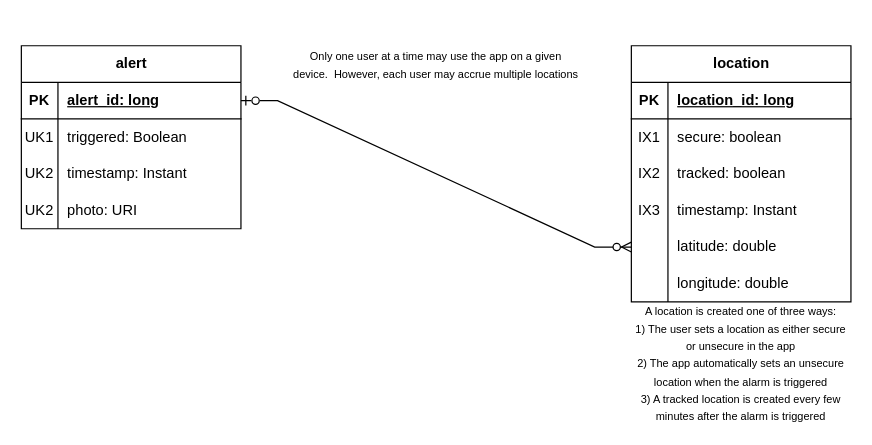
The draw.io diagram work/erd.drawio in ddc-java-17/leave-me-alone-reedsearle, before the edit. Source tidied: cells renumbered, new cells numbered last; positions are measured from the earlier drawing's top-left corner, leaving out a move shared by most shapes. Both pictures are drawn from the tidied source at 122%, with x=0, y=0 at pixel (21, 45).
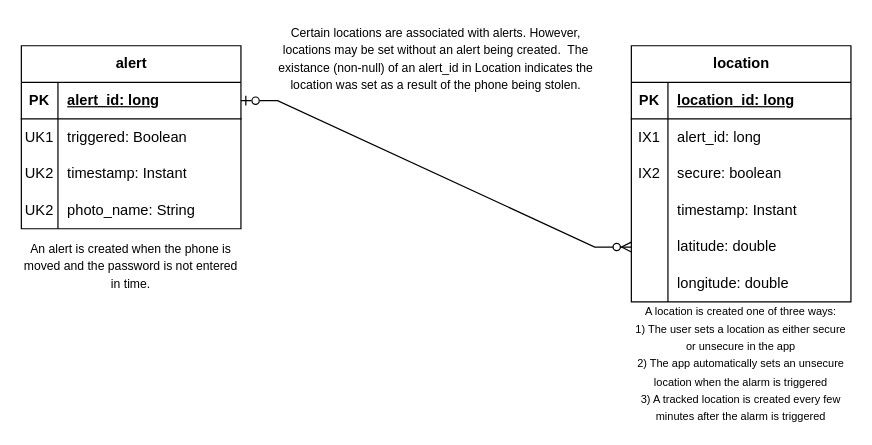
The same page after the edit.

The change refers to these unchanged cells:
```xml
<mxCell id="12" style="shape=tableRow;horizontal=0;startSize=0;swimlaneHead=0;swimlaneBody=0;fillColor=none;top=0;left=0;right=0;bottom=0;" parent="2" vertex="1">
  <mxGeometry y="120" width="180" height="30" as="geometry" />
</mxCell>
<mxCell id="19" style="shape=tableRow;horizontal=0;startSize=0;swimlaneHead=0;swimlaneBody=0;fillColor=none;top=0;left=0;right=0;bottom=0;" parent="15" vertex="1">
  <mxGeometry y="60" width="180" height="30" as="geometry" />
</mxCell>
<mxCell id="22" style="shape=tableRow;horizontal=0;startSize=0;swimlaneHead=0;swimlaneBody=0;fillColor=none;top=0;left=0;right=0;bottom=0;" parent="15" vertex="1">
  <mxGeometry y="90" width="180" height="30" as="geometry" />
</mxCell>
<mxCell id="25" style="shape=tableRow;horizontal=0;startSize=0;swimlaneHead=0;swimlaneBody=0;fillColor=none;top=0;left=0;right=0;bottom=0;" parent="15" vertex="1">
  <mxGeometry y="120" width="180" height="30" as="geometry" />
</mxCell>
```

Diff of the diagram source:
```diff
@@
-    <mxCell id="14" value="photo: URI" style="shape=partialRectangle;fillColor=none;top=0;left=0;bottom=0;right=0;align=left;spacingLeft=6;overflow=hidden;whiteSpace=wrap;html=1;" parent="12" vertex="1">
+    <mxCell id="14" value="photo_name: String" style="shape=partialRectangle;fillColor=none;top=0;left=0;bottom=0;right=0;align=left;spacingLeft=6;overflow=hidden;whiteSpace=wrap;html=1;" parent="12" vertex="1">
       <mxGeometry x="30" width="150" height="30" as="geometry" />
     </mxCell>
@@
-    <mxCell id="21" value="secure: boolean" style="shape=partialRectangle;fillColor=none;top=0;left=0;bottom=0;right=0;align=left;spacingLeft=6;overflow=hidden;whiteSpace=wrap;html=1;" parent="19" vertex="1">
+    <mxCell id="21" value="alert_id: long" style="shape=partialRectangle;fillColor=none;top=0;left=0;bottom=0;right=0;align=left;spacingLeft=6;overflow=hidden;whiteSpace=wrap;html=1;" parent="19" vertex="1">
       <mxGeometry x="30" width="150" height="30" as="geometry" />
     </mxCell>
@@
-    <mxCell id="24" value="tracked: boolean" style="shape=partialRectangle;fillColor=none;top=0;left=0;bottom=0;right=0;align=left;spacingLeft=6;overflow=hidden;whiteSpace=wrap;html=1;" parent="22" vertex="1">
+    <mxCell id="24" value="secure: boolean" style="shape=partialRectangle;fillColor=none;top=0;left=0;bottom=0;right=0;align=left;spacingLeft=6;overflow=hidden;whiteSpace=wrap;html=1;" parent="22" vertex="1">
       <mxGeometry x="30" width="150" height="30" as="geometry" />
     </mxCell>
@@
-    <mxCell id="26" value="IX3" style="shape=partialRectangle;fillColor=none;top=0;left=0;bottom=0;right=0;overflow=hidden;whiteSpace=wrap;html=1;" parent="25" vertex="1">
+    <mxCell id="26" style="shape=partialRectangle;fillColor=none;top=0;left=0;bottom=0;right=0;overflow=hidden;whiteSpace=wrap;html=1;" parent="25" vertex="1">
       <mxGeometry width="30" height="30" as="geometry" />
     </mxCell>
@@
-    <mxCell id="36" value="&lt;font style=&quot;font-size: 9px;&quot;&gt;Only one user at a time may use the app on a given device.&amp;nbsp; However, each user may accrue multiple locations&lt;/font&gt;" style="whiteSpace=wrap;html=1;fillColor=none;strokeColor=none;" parent="1" vertex="1">
-      <mxGeometry x="220" width="240" height="30" as="geometry" />
-    </mxCell>
+    <mxCell id="37" value="&lt;font style=&quot;font-size: 10px;&quot;&gt;An alert is created when the phone is moved and the password is not entered in time.&lt;/font&gt;" style="whiteSpace=wrap;html=1;fillColor=none;strokeColor=none;" parent="1" vertex="1">
+      <mxGeometry y="150" width="180" height="60" as="geometry" />
+    </mxCell>
+    <mxCell id="38" value="&lt;font style=&quot;font-size: 10px;&quot;&gt;Certain locations are associated with alerts. However, locations may be set without an alert being created.&amp;nbsp; The existance (non-null) of an alert_id in Location indicates the location was set as a result of the phone being stolen.&lt;/font&gt;" style="whiteSpace=wrap;html=1;fillColor=none;strokeColor=none;" parent="1" vertex="1">
+      <mxGeometry x="200" y="-20" width="280" height="60" as="geometry" />
+    </mxCell>
```
